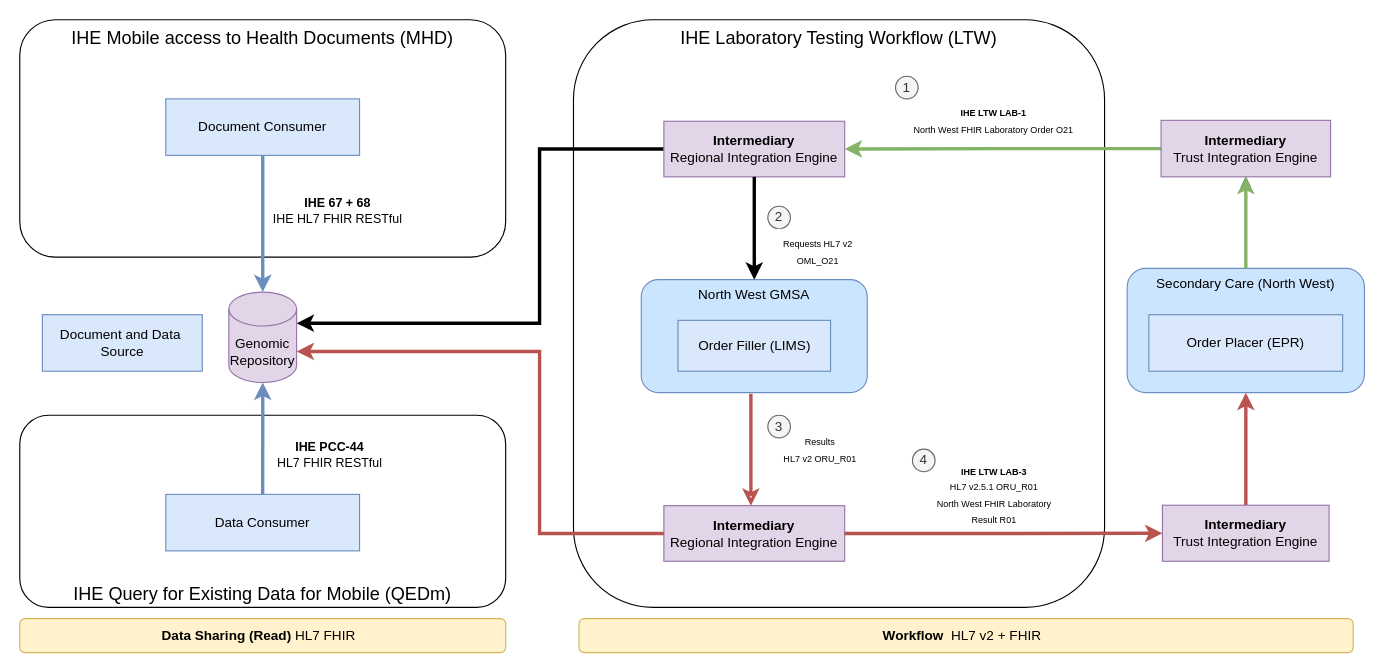
Before: DrawIo/Design IHE.drawio in uk-gov-mirror/nw-gmsa.nw-gmsa.github.com, a draw.io diagram. Source tidied: cells renumbered, new cells numbered last; positions are measured from the earlier drawing's top-left corner, leaving out a move shared by most shapes. Both pictures are drawn from the tidied source at 113%, with x=0, y=0 at pixel (19, 19).
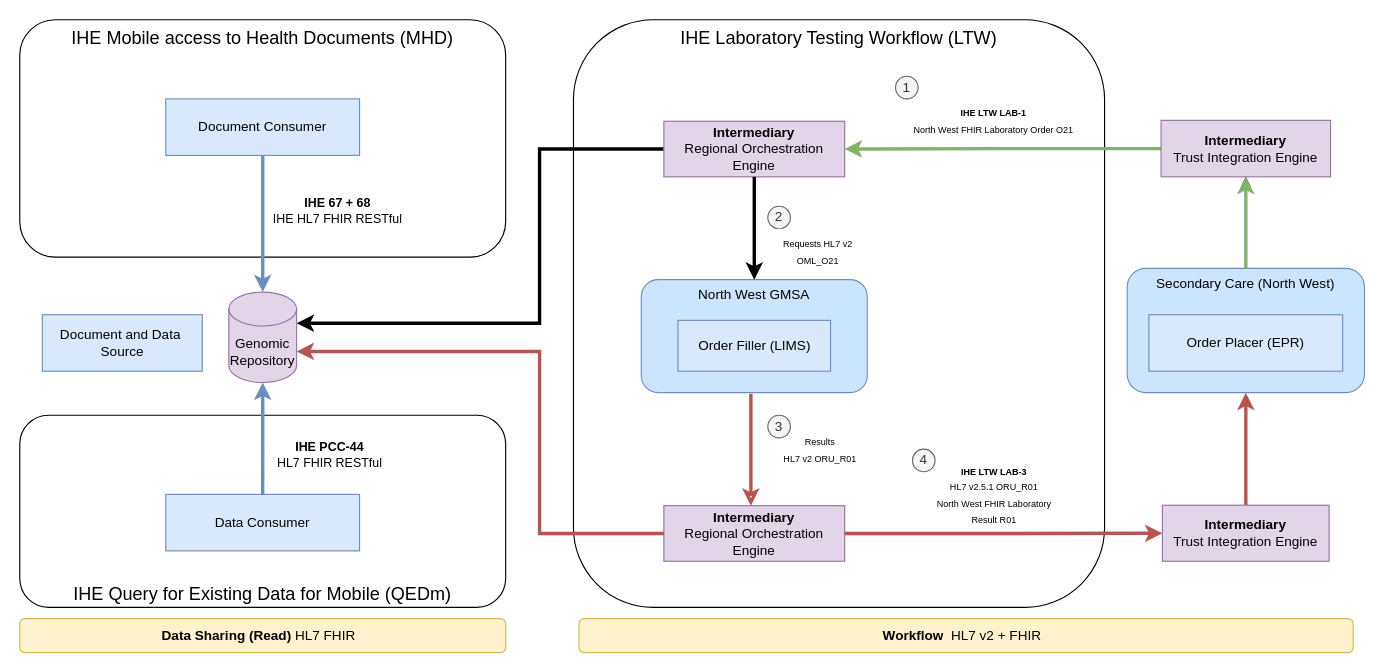
After the change.

The edit, as a diff of the source:
```diff
@@
-    <mxCell id="11" value="&lt;b&gt;Intermediary&lt;/b&gt;&lt;br&gt;Regional Integration Engine" style="rounded=0;whiteSpace=wrap;html=1;fillColor=#e1d5e7;strokeColor=#9673a6;" parent="1" vertex="1">
+    <mxCell id="11" value="&lt;b&gt;Intermediary&lt;/b&gt;&lt;br&gt;Regional Orchestration Engine" style="rounded=0;whiteSpace=wrap;html=1;fillColor=#e1d5e7;strokeColor=#9673a6;" parent="1" vertex="1">
       <mxGeometry x="570" y="89.8" width="160" height="49.2" as="geometry" />
     </mxCell>
@@
-    <mxCell id="15" value="&lt;b&gt;Intermediary&lt;/b&gt;&lt;br&gt;Regional Integration Engine" style="rounded=0;whiteSpace=wrap;html=1;fillColor=#e1d5e7;strokeColor=#9673a6;" parent="1" vertex="1">
+    <mxCell id="15" value="&lt;b&gt;Intermediary&lt;/b&gt;&lt;br&gt;Regional Orchestration Engine" style="rounded=0;whiteSpace=wrap;html=1;fillColor=#e1d5e7;strokeColor=#9673a6;" parent="1" vertex="1">
       <mxGeometry x="570" y="430" width="160" height="49.2" as="geometry" />
     </mxCell>
```
